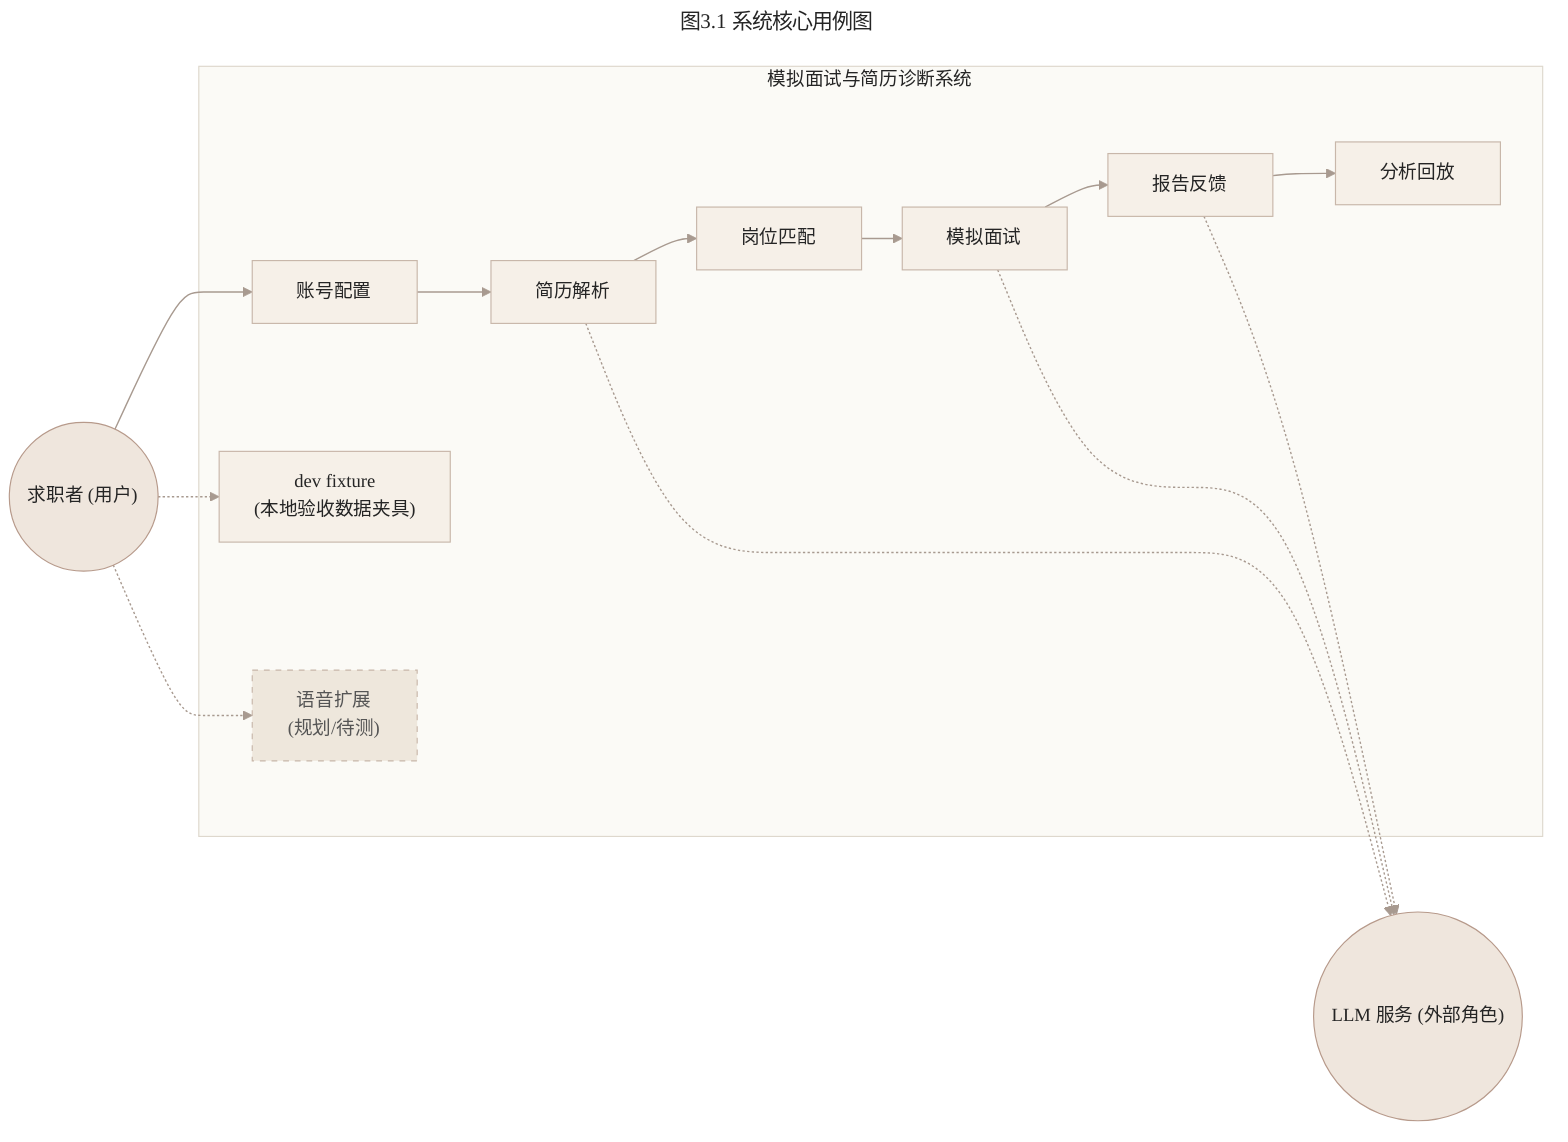
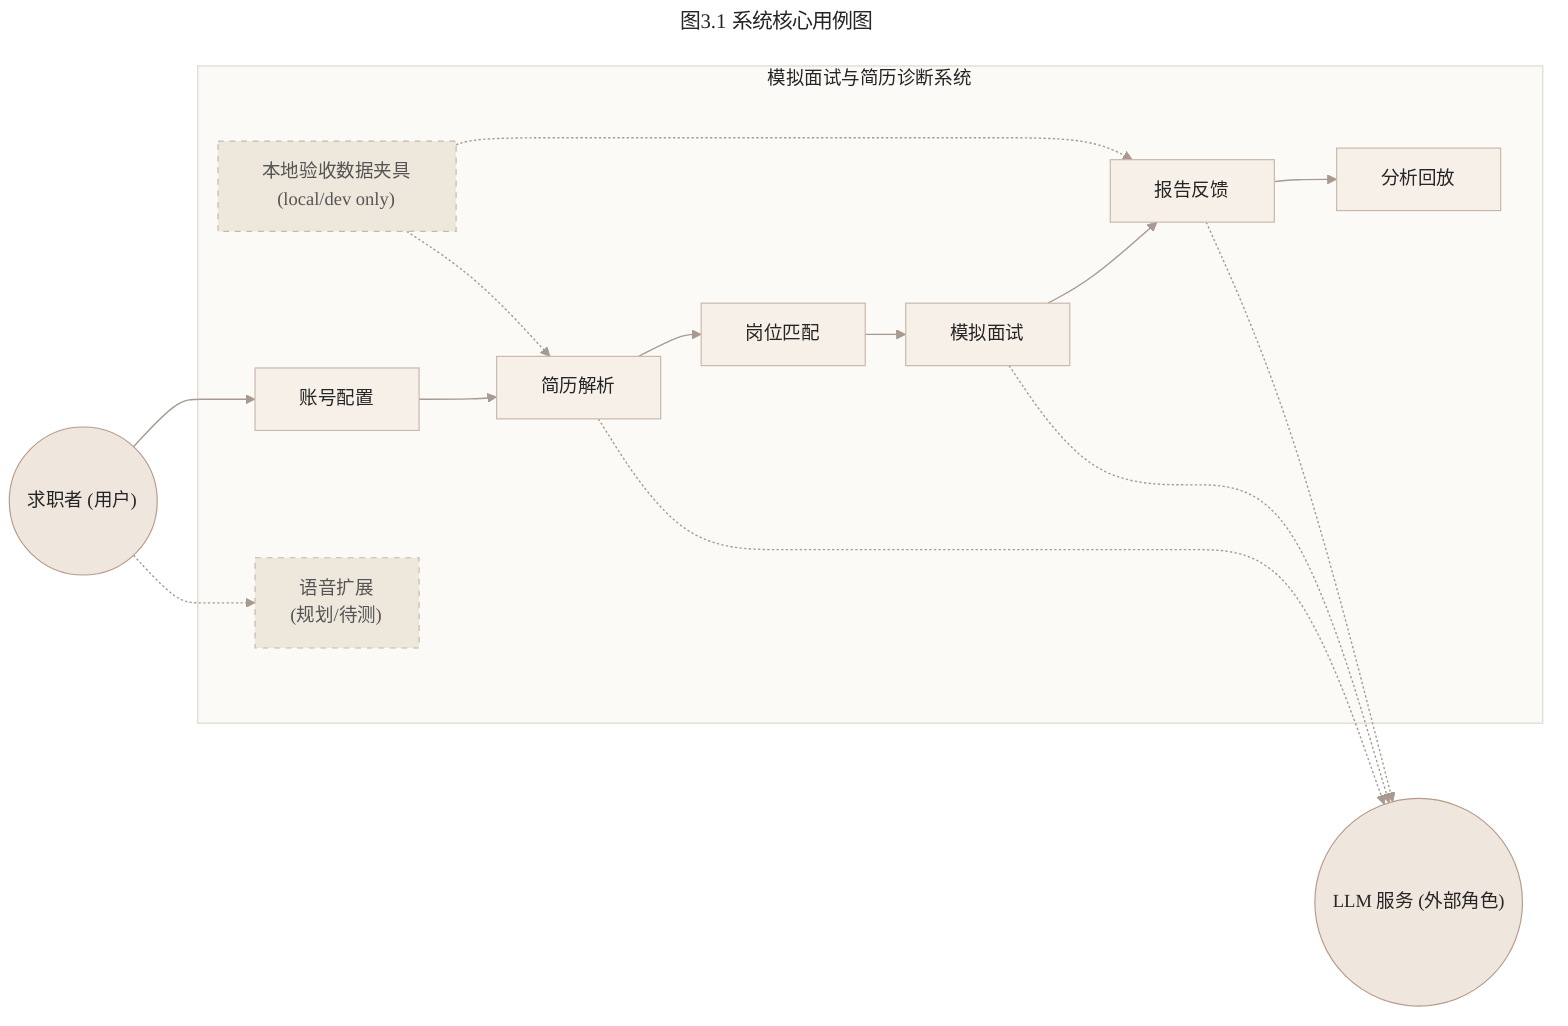
---
title: 图3.1 系统核心用例图
---
%%{init: {
  "theme": "base",
  "themeVariables": {
    "background": "#FAF8F2",
    "primaryColor": "#EFE6DD",
    "primaryBorderColor": "#B79A8B",
    "primaryTextColor": "#252525",
    "lineColor": "#A89A90",
    "secondaryColor": "#F6F0E8",
    "tertiaryColor": "#FBFAF6",
    "fontFamily": "system-ui, -apple-system, \"Microsoft YaHei\", sans-serif",
    "fontSize": "16px",
    "nodePadding": "15px"
  },
  "flowchart": {
    "nodeSpacing": 110,
    "rankSpacing": 35
  }
}}%%
flowchart LR
  user((" &nbsp; 求职者 (用户) &nbsp; "))
  llm_service((" &nbsp; LLM 服务 (外部角色) &nbsp; "))

  subgraph system_boundary[" &nbsp; 模拟面试与简历诊断系统 &nbsp; "]
    login_profile[" &nbsp; 账号配置 &nbsp; "]
    resume_parse[" &nbsp; 简历解析 &nbsp; "]
    job_match[" &nbsp; 岗位匹配 &nbsp; "]
    mock_interview[" &nbsp; 模拟面试 &nbsp; "]
    report_feedback[" &nbsp; 报告反馈 &nbsp; "]
    analytics_history[" &nbsp; 分析回放 &nbsp; "]

-     dev_fixture[" &nbsp; dev fixture &nbsp; <br/>(本地验收数据夹具) "]
+     local_fixture[" &nbsp; 本地验收数据夹具 &nbsp; <br/>(local/dev only) "]
    voice_extension[" &nbsp; 语音扩展 &nbsp; <br/>(规划/待测) "]

    login_profile --> resume_parse --> job_match --> mock_interview --> report_feedback --> analytics_history
  end

  user --> login_profile
-   user -.-> dev_fixture
  user -.-> voice_extension
+   local_fixture -.-> resume_parse
+   local_fixture -.-> report_feedback

  resume_parse -.-> llm_service
  mock_interview -.-> llm_service
  report_feedback -.-> llm_service

  classDef actor fill:#EFE6DD,stroke:#B79A8B,color:#252525
  classDef layer fill:#FBFAF6,stroke:#DED8CD,color:#252525
  classDef node fill:#F6F0E8,stroke:#C8B7AA,color:#252525
  classDef plan fill:#EEE7DC,stroke:#C8B7AA,stroke-dasharray: 5 5,color:#555555
  class user,llm_service actor
  class system_boundary layer
-   class login_profile,resume_parse,job_match,mock_interview,report_feedback,analytics_history,dev_fixture node
-   class voice_extension plan
+   class login_profile,resume_parse,job_match,mock_interview,report_feedback,analytics_history node
+   class local_fixture,voice_extension plan
  linkStyle default stroke:#A89A90,stroke-width:1.2px
